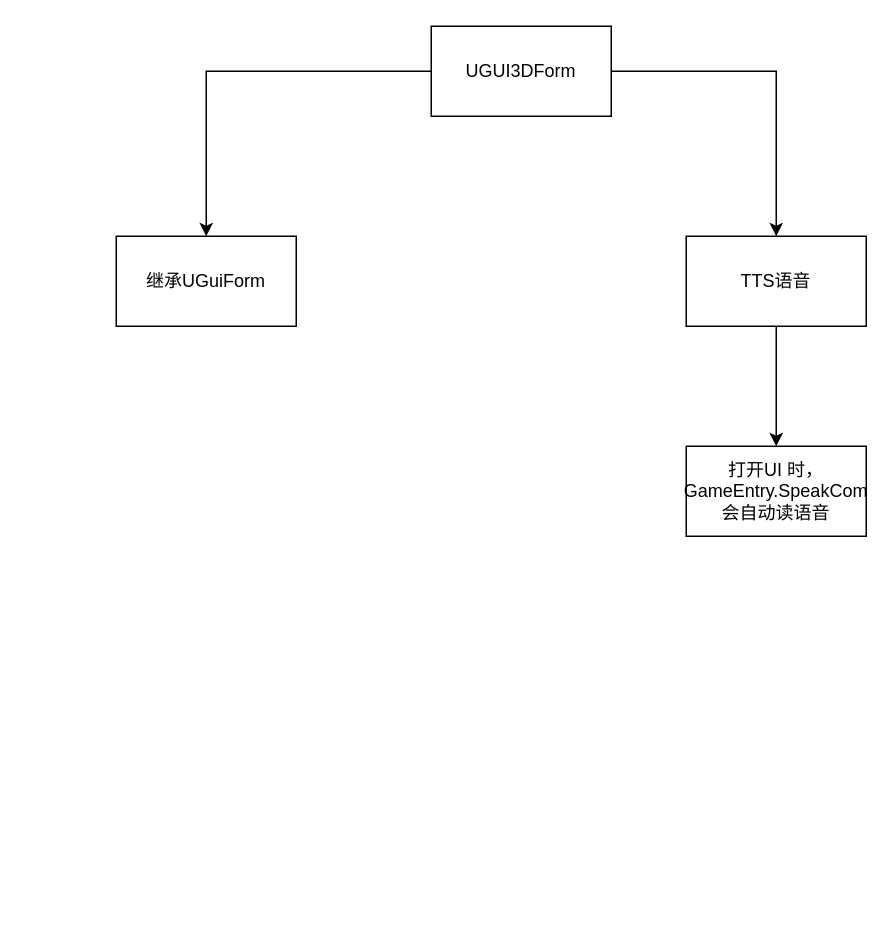
Earlier version of the draw.io diagram page "UI" (10 of 11) of GT/GT.drawio (xzp3094997376/DrawIO). Source tidied: cells renumbered, new cells numbered last; positions are measured from the earlier drawing's top-left corner, leaving out a move shared by most shapes. Both pictures are drawn from the tidied source at 150%, with x=0, y=0 at pixel (116, 26).
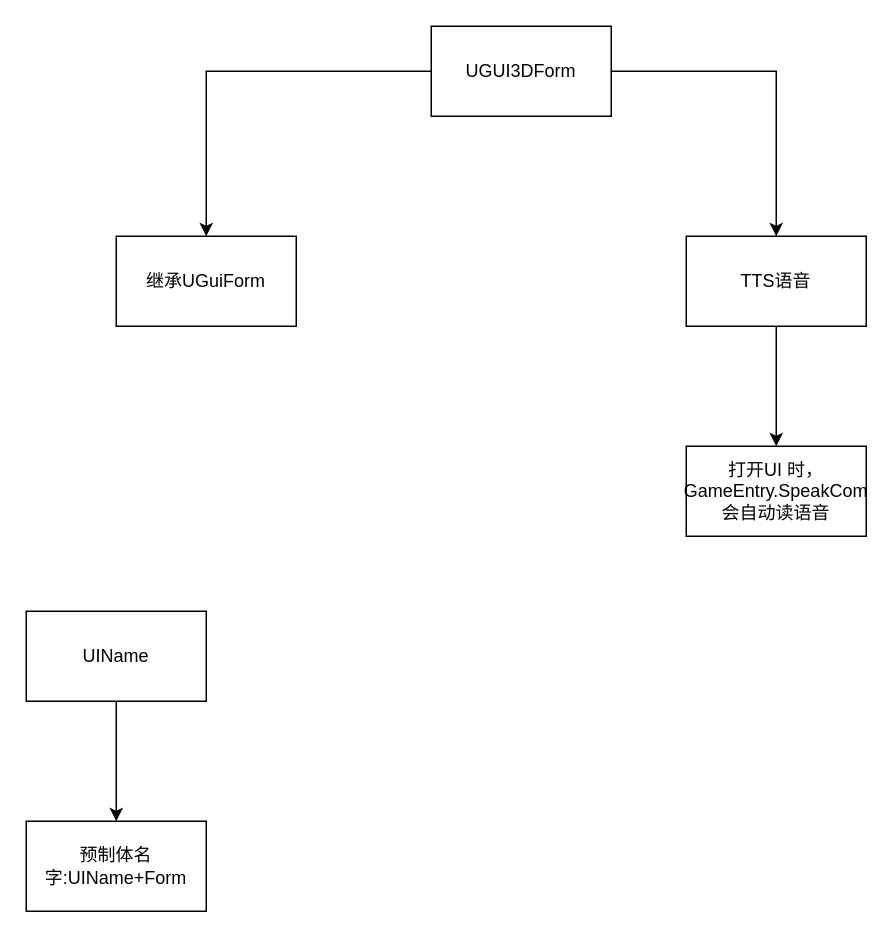
The same diagram, later.

The edit, as a diff of the source:
```diff
@@
 <mxGraphModel>
   <root>
     <mxCell id="0" />
     <mxCell id="1" parent="0" />
     <mxCell id="2" style="edgeStyle=orthogonalEdgeStyle;rounded=0;jettySize=auto;html=1;" parent="1" edge="1" source="4" target="5">
       <mxGeometry relative="1" as="geometry" />
     </mxCell>
     <mxCell id="3" style="edgeStyle=orthogonalEdgeStyle;rounded=0;jettySize=auto;html=1;" parent="1" edge="1" source="4" target="7">
       <mxGeometry relative="1" as="geometry" />
     </mxCell>
     <mxCell id="4" value="UGUI3DForm" style="whiteSpace=wrap;html=1;" parent="1" vertex="1">
       <mxGeometry x="210" width="120" height="60" as="geometry" />
     </mxCell>
     <mxCell id="5" value="继承UGuiForm" style="whiteSpace=wrap;html=1;" parent="1" vertex="1">
       <mxGeometry y="140" width="120" height="60" as="geometry" />
     </mxCell>
     <mxCell id="6" style="edgeStyle=orthogonalEdgeStyle;rounded=0;jettySize=auto;html=1;" parent="1" edge="1" source="7" target="8">
       <mxGeometry relative="1" as="geometry" />
     </mxCell>
     <mxCell id="7" value="TTS语音" style="whiteSpace=wrap;html=1;" parent="1" vertex="1">
       <mxGeometry x="380" y="140" width="120" height="60" as="geometry" />
     </mxCell>
     <mxCell id="8" value="打开UI 时，GameEntry.SpeakCom 会自动读语音" style="whiteSpace=wrap;html=1;" parent="1" vertex="1">
       <mxGeometry x="380" y="280" width="120" height="60" as="geometry" />
     </mxCell>
+    <mxCell id="9" style="edgeStyle=orthogonalEdgeStyle;rounded=0;jettySize=auto;html=1;" parent="1" edge="1" source="10" target="11">
+      <mxGeometry relative="1" as="geometry" />
+    </mxCell>
+    <mxCell id="10" value="UIName" style="whiteSpace=wrap;html=1;" parent="1" vertex="1">
+      <mxGeometry x="-60" y="390" width="120" height="60" as="geometry" />
+    </mxCell>
+    <mxCell id="11" value="预制体名字:UIName+Form" style="whiteSpace=wrap;html=1;" parent="1" vertex="1">
+      <mxGeometry x="-60" y="530" width="120" height="60" as="geometry" />
+    </mxCell>
   </root>
 </mxGraphModel>
```
